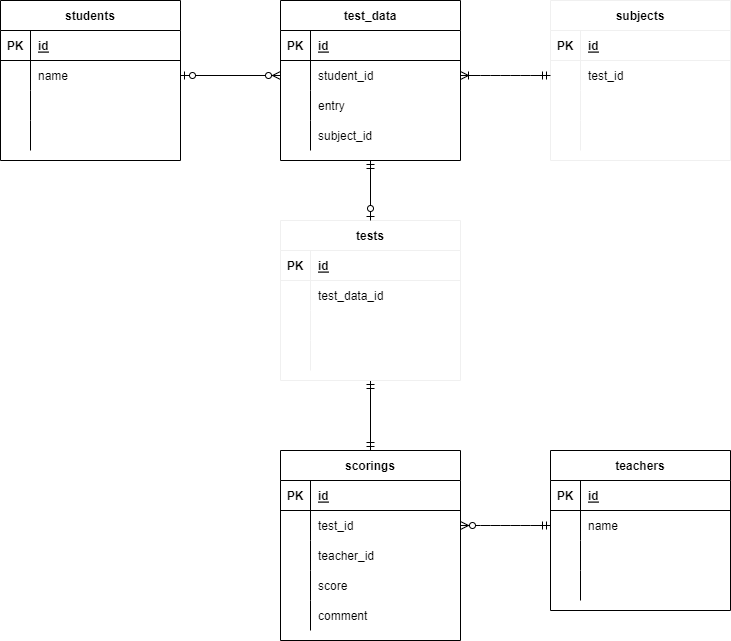
Earlier version of the draw.io export .drawio.png (naotominato/20220530aso). Source tidied: cells renumbered, new cells last; positions are measured from the earlier drawing's top-left corner, leaving out a move shared by most shapes.
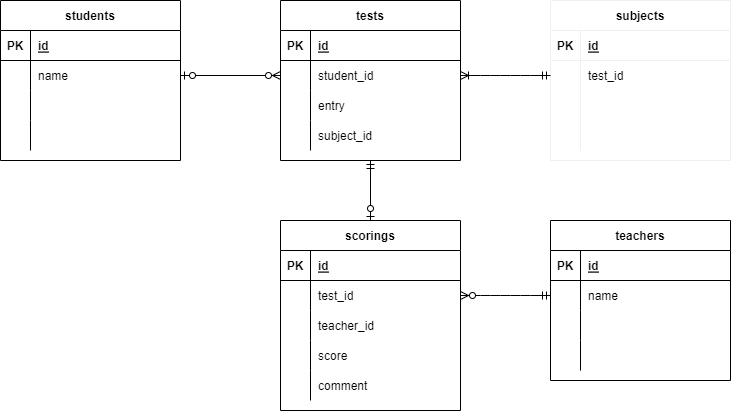
Later version of the same file.

What changed in the source:
```diff
@@ -42,7 +42,7 @@
       <mxGeometry x="30" width="150" height="30" as="geometry" />
     </mxCell>
     <mxCell id="15" value="teachers" style="shape=table;startSize=30;rowLines=0;fontStyle=1;align=center;" parent="1" vertex="1">
-      <mxGeometry x="550" y="450" width="180" height="160" as="geometry" />
+      <mxGeometry x="550" y="220" width="180" height="160" as="geometry" />
     </mxCell>
     <mxCell id="16" style="shape=partialRectangle;fillColor=none;top=0;left=0;bottom=1;right=0;" parent="15" vertex="1">
       <mxGeometry y="30" width="180" height="30" as="geometry" />
@@ -80,7 +80,7 @@
     <mxCell id="27" style="shape=partialRectangle;fillColor=none;top=0;left=0;bottom=0;right=0;align=left;spacingLeft=6;overflow=hidden;" parent="25" vertex="1">
       <mxGeometry x="30" width="150" height="30" as="geometry" />
     </mxCell>
-    <mxCell id="28" value="test_data" style="shape=table;startSize=30;rowLines=0;fontStyle=1;align=center;" parent="1" vertex="1">
+    <mxCell id="28" value="tests" style="shape=table;startSize=30;rowLines=0;fontStyle=1;align=center;" parent="1" vertex="1">
       <mxGeometry x="280" width="180" height="160" as="geometry" />
     </mxCell>
     <mxCell id="29" style="shape=partialRectangle;fillColor=none;top=0;left=0;bottom=1;right=0;" parent="28" vertex="1">
@@ -120,7 +120,7 @@
       <mxGeometry x="30" width="150" height="30" as="geometry" />
     </mxCell>
     <mxCell id="41" value="scorings" style="shape=table;startSize=30;rowLines=0;fontStyle=1;align=center;" parent="1" vertex="1">
-      <mxGeometry x="280" y="450" width="180" height="190" as="geometry" />
+      <mxGeometry x="280" y="220" width="180" height="190" as="geometry" />
     </mxCell>
     <mxCell id="42" style="shape=partialRectangle;fillColor=none;top=0;left=0;bottom=1;right=0;" parent="41" vertex="1">
       <mxGeometry y="30" width="180" height="30" as="geometry" />
@@ -221,50 +221,10 @@
     <mxCell id="74" style="edgeStyle=entityRelationEdgeStyle;fontSize=12;html=1;endArrow=ERoneToMany;startArrow=ERmandOne;entryX=1;entryY=0.5;entryDx=0;entryDy=0;exitX=0;exitY=0.5;exitDx=0;exitDy=0;" parent="1" edge="1" source="65" target="32">
       <mxGeometry relative="1" as="geometry" />
     </mxCell>
-    <mxCell id="75" style="fontSize=12;html=1;endArrow=ERmandOne;startArrow=ERmandOne;exitX=0.5;exitY=0;exitDx=0;exitDy=0;entryX=0.5;entryY=1;entryDx=0;entryDy=0;" parent="1" edge="1" source="41" target="76">
-      <mxGeometry relative="1" as="geometry" />
-    </mxCell>
-    <mxCell id="76" value="tests" style="shape=table;startSize=30;rowLines=0;fontStyle=1;align=center;strokeColor=#F0F0F0;" parent="1" vertex="1">
-      <mxGeometry x="280" y="220" width="180" height="160" as="geometry" />
-    </mxCell>
-    <mxCell id="77" style="shape=partialRectangle;fillColor=none;top=0;left=0;bottom=1;right=0;strokeColor=#F0F0F0;" parent="76" vertex="1">
-      <mxGeometry y="30" width="180" height="30" as="geometry" />
-    </mxCell>
-    <mxCell id="78" value="PK" style="shape=partialRectangle;fillColor=none;top=0;left=0;bottom=0;right=0;fontStyle=1;overflow=hidden;strokeColor=#F0F0F0;" parent="77" vertex="1">
-      <mxGeometry width="30" height="30" as="geometry" />
-    </mxCell>
-    <mxCell id="79" value="id" style="shape=partialRectangle;fillColor=none;top=0;left=0;bottom=0;right=0;align=left;spacingLeft=6;fontStyle=5;overflow=hidden;strokeColor=#F0F0F0;" parent="77" vertex="1">
-      <mxGeometry x="30" width="150" height="30" as="geometry" />
-    </mxCell>
-    <mxCell id="80" style="shape=partialRectangle;fillColor=none;top=0;left=0;bottom=0;right=0;strokeColor=#F0F0F0;" parent="76" vertex="1">
-      <mxGeometry y="60" width="180" height="30" as="geometry" />
-    </mxCell>
-    <mxCell id="81" style="shape=partialRectangle;fillColor=none;top=0;left=0;bottom=0;right=0;overflow=hidden;strokeColor=#F0F0F0;" parent="80" vertex="1">
-      <mxGeometry width="30" height="30" as="geometry" />
-    </mxCell>
-    <mxCell id="82" value="test_data_id" style="shape=partialRectangle;fillColor=none;top=0;left=0;bottom=0;right=0;align=left;spacingLeft=6;overflow=hidden;strokeColor=#F0F0F0;" parent="80" vertex="1">
-      <mxGeometry x="30" width="150" height="30" as="geometry" />
-    </mxCell>
-    <mxCell id="83" style="shape=partialRectangle;fillColor=none;top=0;left=0;bottom=0;right=0;strokeColor=#F0F0F0;" parent="76" vertex="1">
-      <mxGeometry y="90" width="180" height="30" as="geometry" />
-    </mxCell>
-    <mxCell id="84" style="shape=partialRectangle;fillColor=none;top=0;left=0;bottom=0;right=0;overflow=hidden;strokeColor=#F0F0F0;" parent="83" vertex="1">
-      <mxGeometry width="30" height="30" as="geometry" />
-    </mxCell>
-    <mxCell id="85" style="shape=partialRectangle;fillColor=none;top=0;left=0;bottom=0;right=0;align=left;spacingLeft=6;overflow=hidden;strokeColor=#F0F0F0;" parent="83" vertex="1">
-      <mxGeometry x="30" width="150" height="30" as="geometry" />
-    </mxCell>
-    <mxCell id="86" style="shape=partialRectangle;fillColor=none;top=0;left=0;bottom=0;right=0;strokeColor=#F0F0F0;" parent="76" vertex="1">
-      <mxGeometry y="120" width="180" height="30" as="geometry" />
-    </mxCell>
-    <mxCell id="87" style="shape=partialRectangle;fillColor=none;top=0;left=0;bottom=0;right=0;overflow=hidden;strokeColor=#F0F0F0;" parent="86" vertex="1">
-      <mxGeometry width="30" height="30" as="geometry" />
-    </mxCell>
-    <mxCell id="88" style="shape=partialRectangle;fillColor=none;top=0;left=0;bottom=0;right=0;align=left;spacingLeft=6;overflow=hidden;strokeColor=#F0F0F0;" parent="86" vertex="1">
-      <mxGeometry x="30" width="150" height="30" as="geometry" />
-    </mxCell>
-    <mxCell id="89" style="fontSize=12;html=1;endArrow=ERzeroToOne;startArrow=ERmandOne;entryX=0.5;entryY=0;entryDx=0;entryDy=0;exitX=0.5;exitY=1;exitDx=0;exitDy=0;" parent="1" edge="1" source="28" target="76">
-      <mxGeometry relative="1" as="geometry" />
+    <mxCell id="89" style="fontSize=12;html=1;endArrow=ERzeroToOne;startArrow=ERmandOne;entryX=0.5;entryY=0;entryDx=0;entryDy=0;exitX=0.5;exitY=1;exitDx=0;exitDy=0;" parent="1" edge="1" source="28">
+      <mxGeometry relative="1" as="geometry">
+        <mxPoint x="370" y="220" as="targetPoint" />
+      </mxGeometry>
     </mxCell>
   </root>
 </mxGraphModel>
```
